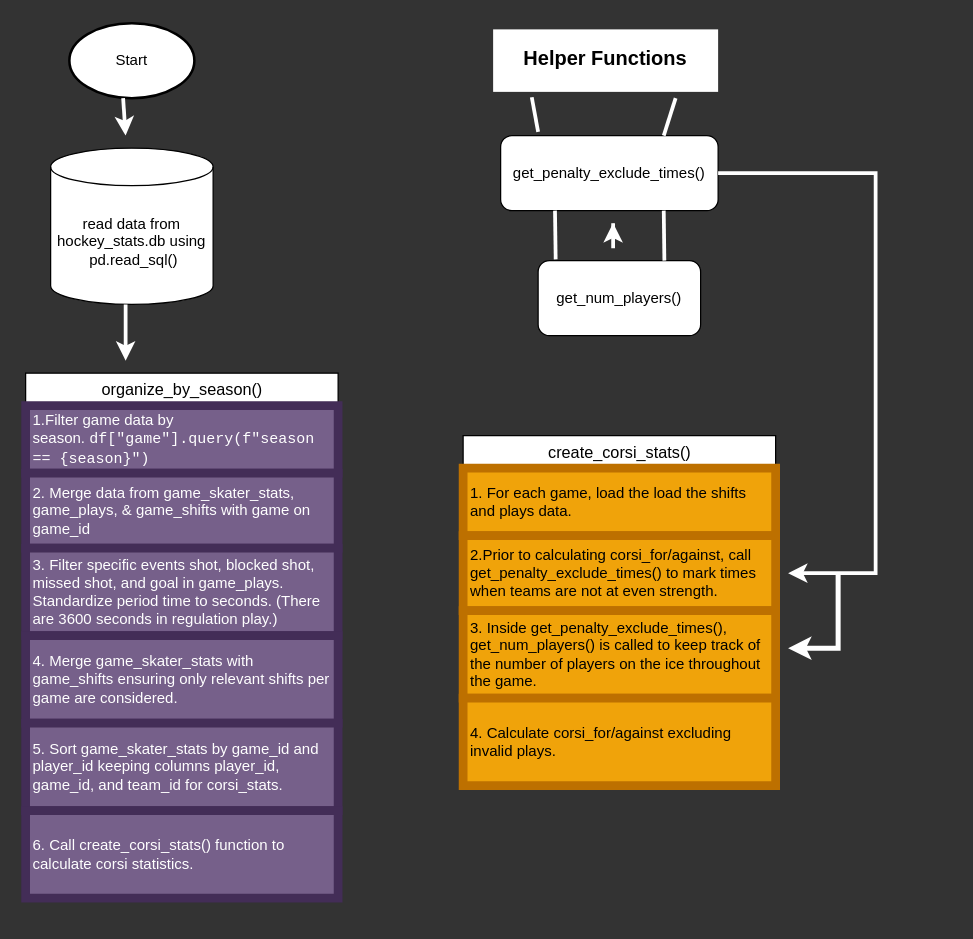
The draw.io diagram flowforcorsi.drawio in ewnike/cost_cup, before the edit. Source tidied: cells renumbered, new cells numbered last; positions are measured from the earlier drawing's top-left corner, leaving out a move shared by most shapes. Both pictures are drawn from the tidied source at 125%, with x=0, y=0 at pixel (25, 22).
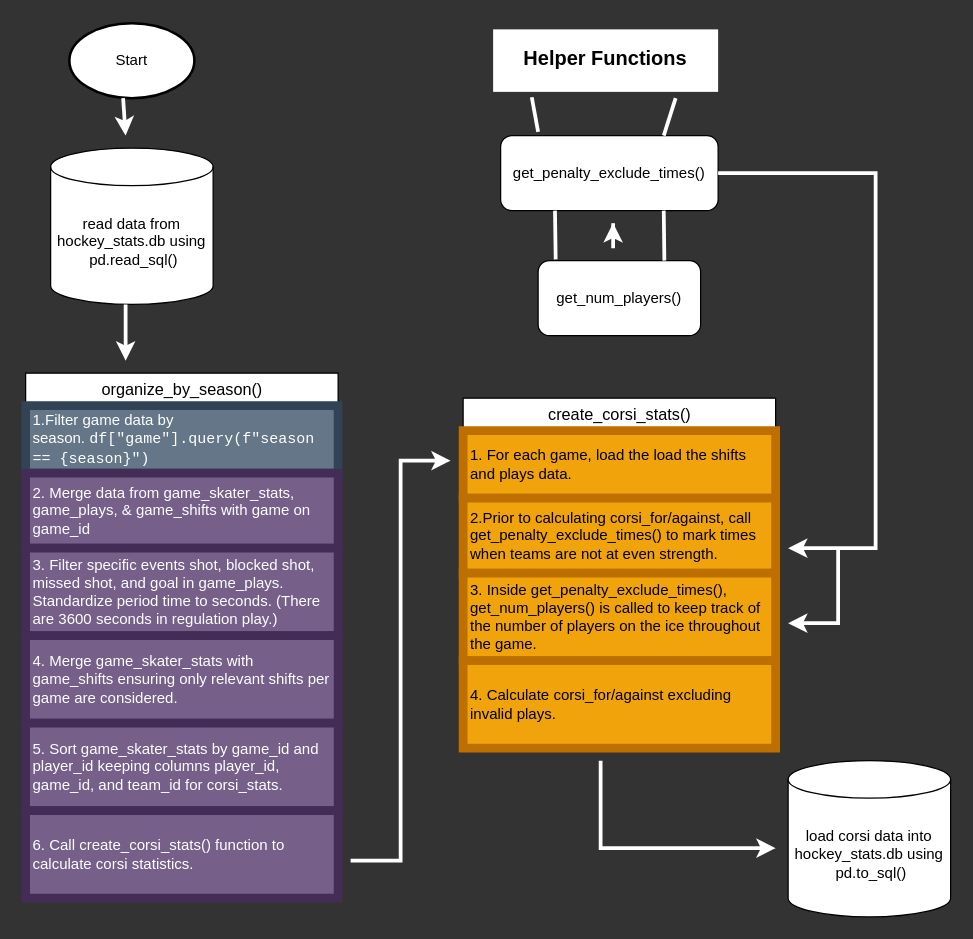
The same diagram, later.

The change refers to these unchanged cells:
```xml
<mxCell id="6" value="&lt;font style=&quot;font-size: 13px;&quot;&gt;organize_by_season()&lt;/font&gt;" style="swimlane;fontStyle=0;horizontal=1;startSize=26;html=1;" parent="1" vertex="1">
  <mxGeometry y="280" width="250" height="420" as="geometry" />
</mxCell>
<mxCell id="19" value="get_penalty_exclude_times()" style="rounded=1;whiteSpace=wrap;html=1;" parent="1" vertex="1">
  <mxGeometry x="380" y="90" width="174" height="60" as="geometry" />
</mxCell>
```

The edit, as a diff of the source:
```diff
@@
-    <mxCell id="7" value="1.Filter game data by season.&amp;nbsp;&lt;code style=&quot;caret-color: rgb(0, 0, 0);&quot;&gt;df[&quot;game&quot;].query(f&quot;season == {season}&quot;)&lt;/code&gt;" style="text;strokeColor=#432D57;fillColor=#76608a;align=left;verticalAlign=middle;spacingLeft=4;spacingRight=4;overflow=hidden;whiteSpace=wrap;html=1;fontColor=#ffffff;perimeterSpacing=3;strokeWidth=7;" parent="6" vertex="1">
+    <mxCell id="7" value="1.Filter game data by season.&amp;nbsp;&lt;code style=&quot;caret-color: rgb(0, 0, 0);&quot;&gt;df[&quot;game&quot;].query(f&quot;season == {season}&quot;)&lt;/code&gt;" style="text;strokeColor=#314354;fillColor=#647687;align=left;verticalAlign=middle;spacingLeft=4;spacingRight=4;overflow=hidden;whiteSpace=wrap;html=1;fontColor=#ffffff;perimeterSpacing=3;strokeWidth=7;" parent="6" vertex="1">
       <mxGeometry y="26" width="250" height="54" as="geometry" />
     </mxCell>
@@
     <mxCell id="14" value="&lt;font size=&quot;2&quot;&gt;create_corsi_stats()&lt;/font&gt;" style="swimlane;fontStyle=0;horizontal=1;startSize=26;html=1;" parent="1" vertex="1">
-      <mxGeometry x="350" y="330" width="250" height="280" as="geometry" />
+      <mxGeometry x="350" y="300" width="250" height="280" as="geometry" />
     </mxCell>
@@
     <mxCell id="23" style="endArrow=classic;html=1;rounded=0;exitX=1;exitY=0.5;exitDx=0;exitDy=0;strokeColor=#FFFFFF;strokeWidth=3;" parent="1" edge="1" source="19">
       <mxGeometry relative="1" as="geometry">
-        <mxPoint x="610" y="440" as="targetPoint" />
+        <mxPoint x="610" y="420" as="targetPoint" />
         <Array as="points">
           <mxPoint x="680" y="120" />
-          <mxPoint x="680" y="440" />
+          <mxPoint x="680" y="420" />
         </Array>
       </mxGeometry>
     </mxCell>
-    <mxCell id="24" style="endArrow=classic;html=1;rounded=0;strokeColor=#FFFFFF;strokeWidth=4;" parent="1" edge="1">
+    <mxCell id="24" style="endArrow=classic;html=1;rounded=0;strokeColor=#FFFFFF;strokeWidth=3;" parent="1" edge="1">
       <mxGeometry relative="1" as="geometry">
-        <mxPoint x="650" y="440" as="sourcePoint" />
-        <mxPoint x="610" y="500" as="targetPoint" />
+        <mxPoint x="650" y="420" as="sourcePoint" />
+        <mxPoint x="610" y="480" as="targetPoint" />
         <Array as="points">
-          <mxPoint x="650" y="500" />
+          <mxPoint x="650" y="480" />
         </Array>
       </mxGeometry>
     </mxCell>
@@
+    <mxCell id="29" style="endArrow=classic;html=1;rounded=0;strokeColor=#FFFFFF;strokeWidth=3;" parent="1" edge="1">
+      <mxGeometry relative="1" as="geometry">
+        <mxPoint x="260" y="670" as="sourcePoint" />
+        <mxPoint x="340" y="350" as="targetPoint" />
+        <Array as="points">
+          <mxPoint x="300" y="670" />
+          <mxPoint x="300" y="450" />
+          <mxPoint x="300" y="350" />
+        </Array>
+      </mxGeometry>
+    </mxCell>
+    <mxCell id="30" value="load corsi data into hockey_stats.db using &amp;nbsp;pd.to_sql()" style="shape=cylinder3;whiteSpace=wrap;html=1;boundedLbl=1;backgroundOutline=1;size=15;" parent="1" vertex="1">
+      <mxGeometry x="610" y="590" width="130" height="125" as="geometry" />
+    </mxCell>
+    <mxCell id="31" style="endArrow=classic;html=1;rounded=0;strokeColor=#FFFFFF;strokeWidth=3;" parent="1" edge="1">
+      <mxGeometry relative="1" as="geometry">
+        <mxPoint x="460" y="590" as="sourcePoint" />
+        <mxPoint x="600" y="660" as="targetPoint" />
+        <Array as="points">
+          <mxPoint x="460" y="660" />
+        </Array>
+      </mxGeometry>
+    </mxCell>
```
